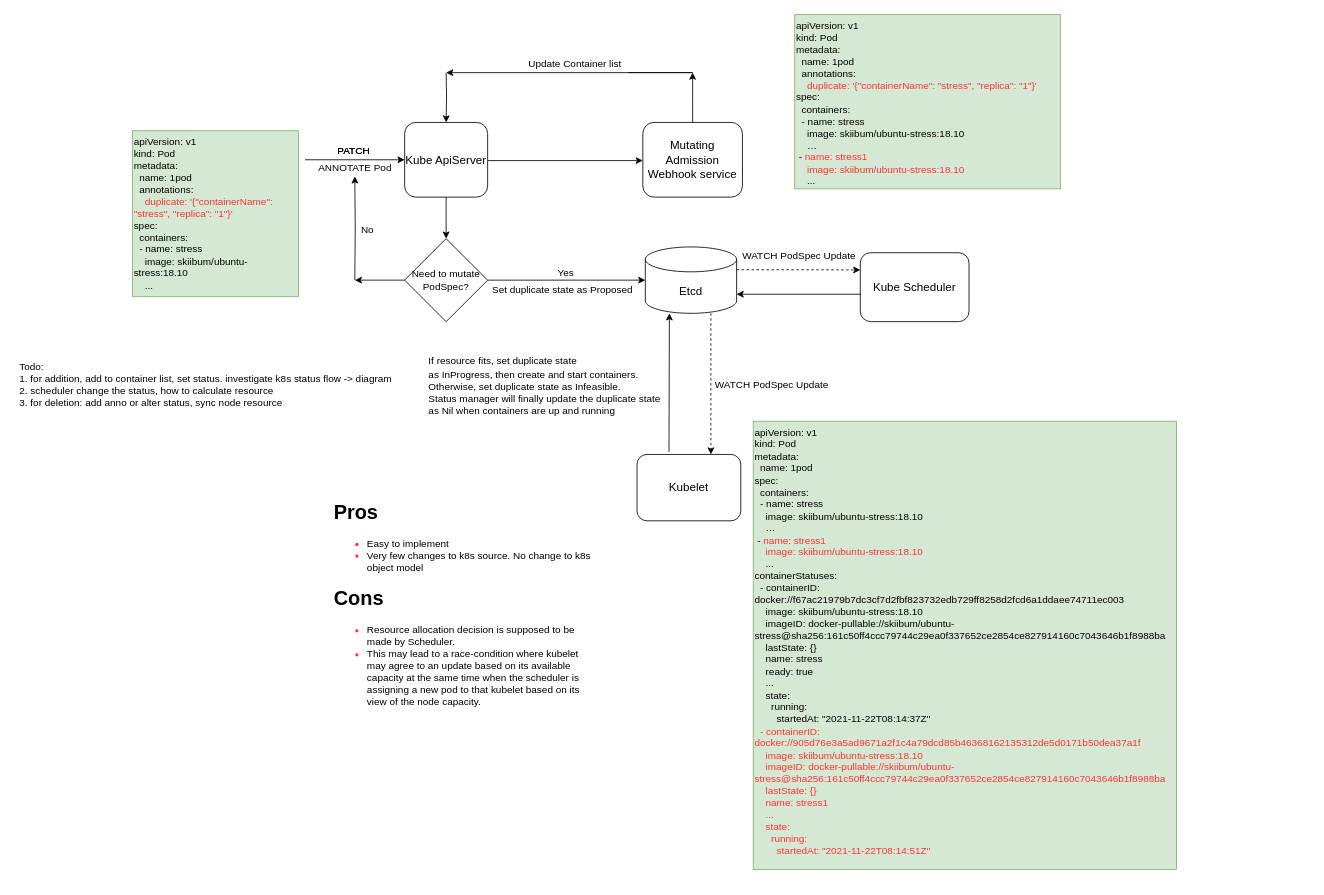
The draw.io diagram page "option1: webhook" (1 of 4) of Untitled Diagram.drawio in ichbinblau/OTC_Work_Log, before the edit. Source tidied: cells renumbered, new cells numbered last; positions are measured from the earlier drawing's top-left corner, leaving out a move shared by most shapes. Both pictures are drawn from the tidied source at 83%, with x=0, y=0 at pixel (14, 14).
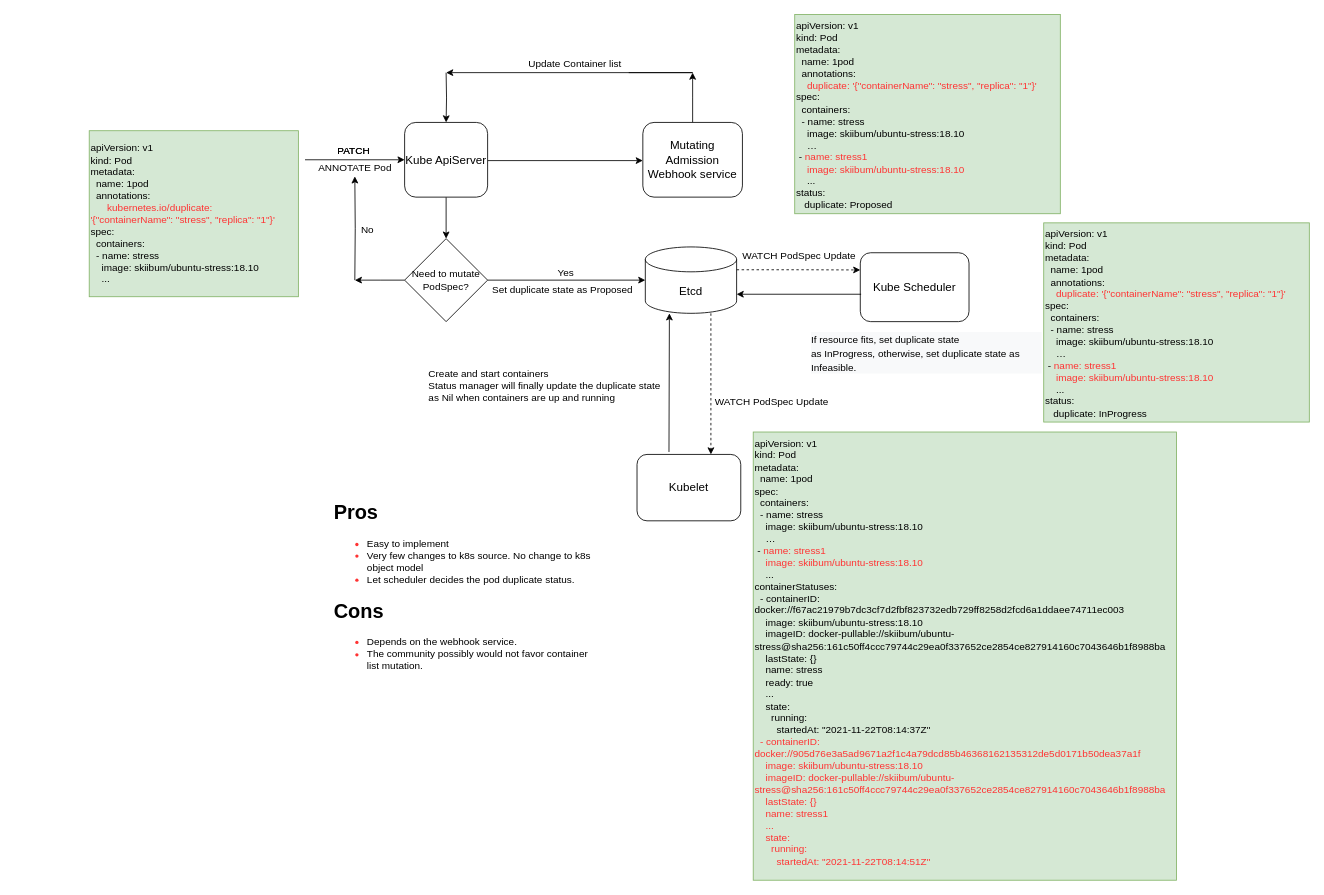
The same diagram, later.

The edit, as a diff of the source:
```diff
@@
     <mxCell id="23" value="&lt;font style=&quot;font-size: 12px&quot;&gt;WATCH PodSpec Update&lt;/font&gt;" style="text;html=1;align=center;verticalAlign=middle;fillColor=none;strokeColor=none;rounded=0;fontFamily=Helvetica;fontSize=14;" parent="1" vertex="1">
-      <mxGeometry x="837" y="436" width="150" height="20" as="geometry" />
+      <mxGeometry x="837" y="456" width="150" height="20" as="geometry" />
     </mxCell>
@@
-    <mxCell id="25" value="&lt;div style=&quot;text-align: left&quot;&gt;&lt;span style=&quot;font-size: 12px&quot;&gt;If resource fits, set duplicate state&amp;nbsp;&lt;/span&gt;&lt;/div&gt;&lt;div style=&quot;text-align: left&quot;&gt;&lt;span style=&quot;font-size: 12px&quot;&gt;as InProgress, then create and start containers.&amp;nbsp;&lt;/span&gt;&lt;/div&gt;&lt;font style=&quot;font-size: 12px&quot;&gt;&lt;div style=&quot;text-align: left&quot;&gt;&lt;span&gt;Otherwise, set duplicate state as Infeasible.&lt;/span&gt;&lt;/div&gt;&lt;div style=&quot;text-align: left&quot;&gt;Status manager will finally update the duplicate state&amp;nbsp;&lt;/div&gt;&lt;div style=&quot;text-align: left&quot;&gt;as Nil&amp;nbsp;&lt;span&gt;when containers are up and running&amp;nbsp;&lt;/span&gt;&lt;/div&gt;&lt;/font&gt;" style="text;html=1;align=center;verticalAlign=middle;fillColor=none;strokeColor=none;rounded=0;fontFamily=Helvetica;fontSize=14;" parent="1" vertex="1">
-      <mxGeometry x="490" y="401" width="300" height="90" as="geometry" />
+    <mxCell id="25" value="&lt;div style=&quot;text-align: left&quot;&gt;&lt;span style=&quot;font-size: 12px&quot;&gt;Create and start containers&lt;/span&gt;&lt;br&gt;&lt;/div&gt;&lt;font style=&quot;font-size: 12px&quot;&gt;&lt;div style=&quot;text-align: left&quot;&gt;Status manager will finally update the duplicate state&amp;nbsp;&lt;/div&gt;&lt;div style=&quot;text-align: left&quot;&gt;as Nil&amp;nbsp;&lt;span&gt;when containers are up and running&amp;nbsp;&lt;/span&gt;&lt;/div&gt;&lt;/font&gt;" style="text;html=1;align=center;verticalAlign=middle;fillColor=none;strokeColor=none;rounded=0;fontFamily=Helvetica;fontSize=14;" parent="1" vertex="1">
+      <mxGeometry x="490" y="416" width="300" height="60" as="geometry" />
     </mxCell>
@@
-    <mxCell id="27" value="&lt;div&gt;apiVersion: v1&lt;/div&gt;&lt;div&gt;kind: Pod&lt;/div&gt;&lt;div&gt;metadata:&lt;/div&gt;&lt;div&gt;&amp;nbsp; name: 1pod&lt;/div&gt;&lt;div&gt;&amp;nbsp; annotations:&lt;/div&gt;&lt;div&gt;&lt;font color=&quot;#ff3333&quot;&gt;&amp;nbsp; &amp;nbsp; duplicate: '{&quot;containerName&quot;: &quot;stress&quot;, &quot;replica&quot;: &quot;1&quot;}'&lt;/font&gt;&lt;/div&gt;&lt;div&gt;spec:&lt;/div&gt;&lt;div&gt;&amp;nbsp; containers:&lt;/div&gt;&lt;div&gt;&amp;nbsp; - name: stress&lt;/div&gt;&lt;div&gt;&amp;nbsp; &amp;nbsp; image: skiibum/ubuntu-stress:18.10&lt;/div&gt;&lt;div&gt;&amp;nbsp; &amp;nbsp; ...&lt;/div&gt;" style="rounded=0;whiteSpace=wrap;html=1;fontFamily=Helvetica;fontSize=12;align=left;fillColor=#d5e8d4;strokeColor=#82b366;" parent="1" vertex="1">
-      <mxGeometry x="142" y="140" width="200" height="200" as="geometry" />
+    <mxCell id="27" value="&lt;div&gt;apiVersion: v1&lt;/div&gt;&lt;div&gt;kind: Pod&lt;/div&gt;&lt;div&gt;metadata:&lt;/div&gt;&lt;div&gt;&amp;nbsp; name: 1pod&lt;/div&gt;&lt;div&gt;&amp;nbsp; annotations:&lt;/div&gt;&lt;font color=&quot;#ff3333&quot;&gt;&amp;nbsp; &amp;nbsp; &amp;nbsp; kubernetes.io/&lt;/font&gt;&lt;span style=&quot;color: rgb(255 , 51 , 51)&quot;&gt;duplicate: &lt;br&gt;'{&quot;containerName&quot;: &quot;stress&quot;, &quot;replica&quot;: &quot;1&quot;}'&lt;/span&gt;&lt;font color=&quot;#ff3333&quot;&gt;&lt;br&gt;&lt;/font&gt;&lt;div&gt;spec:&lt;/div&gt;&lt;div&gt;&amp;nbsp; containers:&lt;/div&gt;&lt;div&gt;&amp;nbsp; - name: stress&lt;/div&gt;&lt;div&gt;&amp;nbsp; &amp;nbsp; image: skiibum/ubuntu-stress:18.10&lt;/div&gt;&lt;div&gt;&amp;nbsp; &amp;nbsp; ...&lt;/div&gt;" style="rounded=0;whiteSpace=wrap;html=1;fontFamily=Helvetica;fontSize=12;align=left;fillColor=#d5e8d4;strokeColor=#82b366;" parent="1" vertex="1">
+      <mxGeometry x="90" y="140" width="252" height="200" as="geometry" />
     </mxCell>
-    <mxCell id="28" value="apiVersion: v1&lt;br&gt;kind: Pod&lt;br&gt;metadata:&lt;br&gt;&amp;nbsp; name: 1pod&lt;br&gt;&amp;nbsp; annotations:&lt;br&gt;&lt;font color=&quot;#ff3333&quot;&gt;&amp;nbsp; &amp;nbsp; duplicate: '{&quot;containerName&quot;: &quot;stress&quot;, &quot;replica&quot;: &quot;1&quot;}'&lt;br&gt;&lt;/font&gt;spec:&lt;br&gt;&amp;nbsp; containers:&lt;br&gt;&amp;nbsp; - name: stress&lt;br&gt;&amp;nbsp; &amp;nbsp; image: skiibum/ubuntu-stress:18.10&lt;br&gt;&amp;nbsp; &amp;nbsp; …&lt;br&gt;&amp;nbsp;- &lt;font color=&quot;#ff3333&quot;&gt;name: stress1&lt;br&gt;&amp;nbsp; &amp;nbsp; image: skiibum/ubuntu-stress:18.10&lt;/font&gt;&lt;br&gt;&amp;nbsp; &amp;nbsp; ..." style="text;whiteSpace=wrap;html=1;fontSize=12;fontFamily=Helvetica;fillColor=#d5e8d4;strokeColor=#82b366;" parent="1" vertex="1">
-      <mxGeometry x="940" width="320" height="210" as="geometry" />
+    <mxCell id="28" value="apiVersion: v1&lt;br&gt;kind: Pod&lt;br&gt;metadata:&lt;br&gt;&amp;nbsp; name: 1pod&lt;br&gt;&amp;nbsp; annotations:&lt;br&gt;&lt;font color=&quot;#ff3333&quot;&gt;&amp;nbsp; &amp;nbsp; duplicate: '{&quot;containerName&quot;: &quot;stress&quot;, &quot;replica&quot;: &quot;1&quot;}'&lt;br&gt;&lt;/font&gt;spec:&lt;br&gt;&amp;nbsp; containers:&lt;br&gt;&amp;nbsp; - name: stress&lt;br&gt;&amp;nbsp; &amp;nbsp; image: skiibum/ubuntu-stress:18.10&lt;br&gt;&amp;nbsp; &amp;nbsp; …&lt;br&gt;&amp;nbsp;- &lt;font color=&quot;#ff3333&quot;&gt;name: stress1&lt;br&gt;&amp;nbsp; &amp;nbsp; image: skiibum/ubuntu-stress:18.10&lt;/font&gt;&lt;br&gt;&amp;nbsp; &amp;nbsp; ...&lt;br&gt;&lt;div&gt;status:&lt;/div&gt;&lt;div&gt;&amp;nbsp; &amp;nbsp;duplicate: Proposed&lt;/div&gt;" style="text;whiteSpace=wrap;html=1;fontSize=12;fontFamily=Helvetica;fillColor=#d5e8d4;strokeColor=#82b366;" parent="1" vertex="1">
+      <mxGeometry x="940" width="320" height="240" as="geometry" />
     </mxCell>
     <mxCell id="29" value="apiVersion: v1&lt;br&gt;kind: Pod&lt;br&gt;metadata:&lt;br&gt;&amp;nbsp; name: 1pod&lt;font color=&quot;#ff3333&quot;&gt;&lt;br&gt;&lt;/font&gt;spec:&lt;br&gt;&amp;nbsp; containers:&lt;br&gt;&amp;nbsp; - name: stress&lt;br&gt;&amp;nbsp; &amp;nbsp; image: skiibum/ubuntu-stress:18.10&lt;br&gt;&amp;nbsp; &amp;nbsp; …&lt;br&gt;&amp;nbsp;- &lt;font color=&quot;#ff3333&quot;&gt;name: stress1&lt;br&gt;&amp;nbsp; &amp;nbsp; image: skiibum/ubuntu-stress:18.10&lt;/font&gt;&lt;br&gt;&amp;nbsp; &amp;nbsp; ...&lt;br&gt;&lt;div&gt;containerStatuses:&lt;/div&gt;&lt;div&gt;&amp;nbsp; - containerID: docker://f67ac21979b7dc3cf7d2fbf823732edb729ff8258d2fcd6a1ddaee74711ec003&lt;/div&gt;&lt;div&gt;&amp;nbsp; &amp;nbsp; image: skiibum/ubuntu-stress:18.10&lt;/div&gt;&lt;div&gt;&amp;nbsp; &amp;nbsp; imageID: docker-pullable://skiibum/ubuntu-stress@sha256:161c50ff4ccc79744c29ea0f337652ce2854ce827914160c7043646b1f8988ba&lt;/div&gt;&lt;div&gt;&amp;nbsp; &amp;nbsp; lastState: {}&lt;/div&gt;&lt;div&gt;&amp;nbsp; &amp;nbsp; name: stress&lt;/div&gt;&lt;div&gt;&amp;nbsp; &amp;nbsp; ready: true&lt;/div&gt;&lt;div&gt;&amp;nbsp; &amp;nbsp; ...&lt;/div&gt;&lt;div&gt;&amp;nbsp; &amp;nbsp; state:&lt;/div&gt;&lt;div&gt;&amp;nbsp; &amp;nbsp; &amp;nbsp; running:&lt;/div&gt;&lt;div&gt;&amp;nbsp; &amp;nbsp; &amp;nbsp; &amp;nbsp; startedAt: &quot;2021-11-22T08:14:37Z&quot;&lt;/div&gt;&lt;div&gt;&amp;nbsp;&lt;font color=&quot;#ff3333&quot;&gt; - containerID: docker://905d76e3a5ad9671a2f1c4a79dcd85b46368162135312de5d0171b50dea37a1f&lt;/font&gt;&lt;/div&gt;&lt;div&gt;&lt;font color=&quot;#ff3333&quot;&gt;&amp;nbsp; &amp;nbsp; image: skiibum/ubuntu-stress:18.10&lt;/font&gt;&lt;/div&gt;&lt;div&gt;&lt;font color=&quot;#ff3333&quot;&gt;&amp;nbsp; &amp;nbsp; imageID: docker-pullable://skiibum/ubuntu-stress@sha256:161c50ff4ccc79744c29ea0f337652ce2854ce827914160c7043646b1f8988ba&lt;/font&gt;&lt;/div&gt;&lt;div&gt;&lt;font color=&quot;#ff3333&quot;&gt;&amp;nbsp; &amp;nbsp; lastState: {}&lt;/font&gt;&lt;/div&gt;&lt;div&gt;&lt;font color=&quot;#ff3333&quot;&gt;&amp;nbsp; &amp;nbsp; name: stress1&lt;/font&gt;&lt;/div&gt;&lt;div&gt;&lt;font color=&quot;#ff3333&quot;&gt;&amp;nbsp; &amp;nbsp; ...&lt;/font&gt;&lt;/div&gt;&lt;div&gt;&lt;font color=&quot;#ff3333&quot;&gt;&amp;nbsp; &amp;nbsp; state:&lt;/font&gt;&lt;/div&gt;&lt;div&gt;&lt;font color=&quot;#ff3333&quot;&gt;&amp;nbsp; &amp;nbsp; &amp;nbsp; running:&lt;/font&gt;&lt;/div&gt;&lt;div&gt;&lt;font color=&quot;#ff3333&quot;&gt;&amp;nbsp; &amp;nbsp; &amp;nbsp; &amp;nbsp; startedAt: &quot;2021-11-22T08:14:51Z&quot;&lt;/font&gt;&lt;/div&gt;" style="text;whiteSpace=wrap;html=1;fontSize=12;fontFamily=Helvetica;fillColor=#d5e8d4;strokeColor=#82b366;" parent="1" vertex="1">
-      <mxGeometry x="890" y="490" width="510" height="540" as="geometry" />
+      <mxGeometry x="890" y="503" width="510" height="540" as="geometry" />
     </mxCell>
-    <mxCell id="30" value="&lt;h1&gt;&lt;font color=&quot;#000000&quot;&gt;Pros&lt;/font&gt;&lt;/h1&gt;&lt;p&gt;&lt;/p&gt;&lt;ul&gt;&lt;li&gt;&lt;font color=&quot;#000000&quot;&gt;Easy to implement&amp;nbsp;&lt;/font&gt;&lt;/li&gt;&lt;li&gt;&lt;font color=&quot;#000000&quot;&gt;Very few changes to k8s source. No change to k8s object model&lt;/font&gt;&lt;/li&gt;&lt;/ul&gt;&lt;p&gt;&lt;/p&gt;&lt;h1&gt;&lt;font color=&quot;#000000&quot;&gt;Cons&lt;/font&gt;&lt;/h1&gt;&lt;p&gt;&lt;/p&gt;&lt;ul&gt;&lt;li&gt;&lt;font color=&quot;#000000&quot;&gt;Resource allocation decision&amp;nbsp;is supposed to be made by Scheduler.&amp;nbsp;&lt;/font&gt;&lt;/li&gt;&lt;li&gt;&lt;font color=&quot;#000000&quot;&gt;This may lead to a race-condition where kubelet may agree to an update based on its available capacity at the same time when the scheduler is assigning a new pod to that kubelet based on its view of the node capacity.&amp;nbsp;&lt;/font&gt;&lt;span id=&quot;docs-internal-guid-44bf292c-7fff-f98d-9bcf-c16e8a3c23c7&quot;&gt;&lt;/span&gt;&lt;/li&gt;&lt;/ul&gt;&lt;p&gt;&lt;/p&gt;" style="text;html=1;strokeColor=none;fillColor=none;spacing=5;spacingTop=-20;whiteSpace=wrap;overflow=hidden;rounded=0;fontFamily=Helvetica;fontSize=12;fontColor=#FF3333;align=left;" parent="1" vertex="1">
-      <mxGeometry x="380" y="580" width="320" height="280" as="geometry" />
+    <mxCell id="30" value="&lt;h1&gt;&lt;font color=&quot;#000000&quot;&gt;Pros&lt;/font&gt;&lt;/h1&gt;&lt;p&gt;&lt;/p&gt;&lt;ul&gt;&lt;li&gt;&lt;font color=&quot;#000000&quot;&gt;Easy to implement&amp;nbsp;&lt;/font&gt;&lt;/li&gt;&lt;li&gt;&lt;font color=&quot;#000000&quot;&gt;Very few changes to k8s source. No change to k8s object model&lt;/font&gt;&lt;/li&gt;&lt;li&gt;&lt;font color=&quot;#000000&quot;&gt;Let scheduler decides&amp;nbsp;the pod duplicate status.&amp;nbsp;&lt;/font&gt;&lt;/li&gt;&lt;/ul&gt;&lt;p&gt;&lt;/p&gt;&lt;h1&gt;&lt;font color=&quot;#000000&quot;&gt;Cons&lt;/font&gt;&lt;/h1&gt;&lt;p&gt;&lt;/p&gt;&lt;ul&gt;&lt;li&gt;&lt;font color=&quot;#000000&quot;&gt;Depends on the webhook service.&amp;nbsp;&lt;/font&gt;&lt;/li&gt;&lt;li&gt;&lt;font color=&quot;#000000&quot;&gt;The community possibly would not favor container list mutation.&amp;nbsp;&lt;/font&gt;&lt;/li&gt;&lt;/ul&gt;&lt;p&gt;&lt;/p&gt;" style="text;html=1;strokeColor=none;fillColor=none;spacing=5;spacingTop=-20;whiteSpace=wrap;overflow=hidden;rounded=0;fontFamily=Helvetica;fontSize=12;fontColor=#FF3333;align=left;" parent="1" vertex="1">
+      <mxGeometry x="380" y="580" width="320" height="230" as="geometry" />
     </mxCell>
-    <mxCell id="31" value="&lt;div style=&quot;text-align: left&quot;&gt;&lt;span&gt;Todo:&amp;nbsp;&lt;/span&gt;&lt;/div&gt;&lt;div style=&quot;text-align: left&quot;&gt;&lt;span&gt;1. for addition, add to container list, set status. investigate k8s status flow -&amp;gt; diagram&lt;/span&gt;&lt;/div&gt;&lt;div style=&quot;text-align: left&quot;&gt;&lt;span&gt;2. scheduler change the status, how to calculate resource&lt;/span&gt;&lt;/div&gt;&lt;div style=&quot;text-align: left&quot;&gt;&lt;span&gt;3. for deletion: add anno or alter status, sync node resource&lt;/span&gt;&lt;/div&gt;" style="text;html=1;align=center;verticalAlign=middle;fillColor=none;strokeColor=none;rounded=0;fontFamily=Helvetica;fontSize=12;fontColor=#000000;" parent="1" vertex="1">
-      <mxGeometry y="416" width="460" height="60" as="geometry" />
-    </mxCell>
@@
+    <mxCell id="36" value="apiVersion: v1&lt;br&gt;kind: Pod&lt;br&gt;metadata:&lt;br&gt;&amp;nbsp; name: 1pod&lt;br&gt;&amp;nbsp; annotations:&lt;br&gt;&lt;font color=&quot;#ff3333&quot;&gt;&amp;nbsp; &amp;nbsp; duplicate: '{&quot;containerName&quot;: &quot;stress&quot;, &quot;replica&quot;: &quot;1&quot;}'&lt;br&gt;&lt;/font&gt;spec:&lt;br&gt;&amp;nbsp; containers:&lt;br&gt;&amp;nbsp; - name: stress&lt;br&gt;&amp;nbsp; &amp;nbsp; image: skiibum/ubuntu-stress:18.10&lt;br&gt;&amp;nbsp; &amp;nbsp; …&lt;br&gt;&amp;nbsp;- &lt;font color=&quot;#ff3333&quot;&gt;name: stress1&lt;br&gt;&amp;nbsp; &amp;nbsp; image: skiibum/ubuntu-stress:18.10&lt;/font&gt;&lt;br&gt;&amp;nbsp; &amp;nbsp; ...&lt;br&gt;&lt;div&gt;status:&lt;/div&gt;&lt;div&gt;&amp;nbsp; &amp;nbsp;duplicate: InProgress&lt;/div&gt;" style="text;whiteSpace=wrap;html=1;fontSize=12;fontFamily=Helvetica;fillColor=#d5e8d4;strokeColor=#82b366;" parent="1" vertex="1">
+      <mxGeometry x="1240" y="251" width="320" height="240" as="geometry" />
+    </mxCell>
+    <mxCell id="37" value="&lt;div style=&quot;color: rgb(0 , 0 , 0) ; font-family: &amp;#34;helvetica&amp;#34; ; font-size: 14px ; font-style: normal ; font-weight: 400 ; letter-spacing: normal ; text-indent: 0px ; text-transform: none ; word-spacing: 0px ; background-color: rgb(248 , 249 , 250) ; text-align: left&quot;&gt;&lt;span style=&quot;font-size: 12px&quot;&gt;If resource fits, set duplicate state&amp;nbsp;&lt;/span&gt;&lt;/div&gt;&lt;div style=&quot;color: rgb(0 , 0 , 0) ; font-family: &amp;#34;helvetica&amp;#34; ; font-size: 14px ; font-style: normal ; font-weight: 400 ; letter-spacing: normal ; text-indent: 0px ; text-transform: none ; word-spacing: 0px ; background-color: rgb(248 , 249 , 250) ; text-align: left&quot;&gt;&lt;span style=&quot;font-size: 12px&quot;&gt;as InProgress, o&lt;/span&gt;&lt;span style=&quot;font-size: 12px&quot;&gt;therwise, set duplicate state as Infeasible.&lt;/span&gt;&lt;/div&gt;" style="text;whiteSpace=wrap;html=1;fontSize=12;fontFamily=Helvetica;fontColor=#000000;" parent="1" vertex="1">
+      <mxGeometry x="958" y="376" width="280" height="60" as="geometry" />
+    </mxCell>
```
